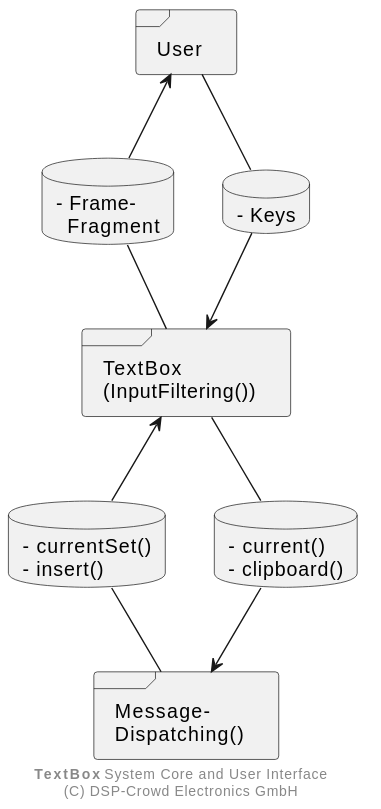
NoOrientationProgramming/ProcessingCommon keeps this PlantUML diagram as doc/system/TextBox.svg. Above is the earlier version. Source of this version:
```plantuml
@startuml
skinparam backgroundColor #ffffff

frame "Message-\nDispatching()" as pMsg
frame "TextBox\n(InputFiltering())" as pTxt
frame "User" as pUser

database "- Frame-\n  Fragment" as sTxtToUser
database "- Keys" as sUserToTxt

database "- currentSet()\n- insert()" as sCoreToTxt
database "- current()\n- clipboard()" as sTxtToCore

pUser -- sUserToTxt
sUserToTxt --> pTxt

pUser <-- sTxtToUser
sTxtToUser -- pTxt

pTxt -- sTxtToCore
sTxtToCore --> pMsg

pTxt <-- sCoreToTxt
sCoreToTxt -- pMsg

footer **TextBox** System Core and User Interface\n(C) DSP-Crowd Electronics GmbH
@enduml
```
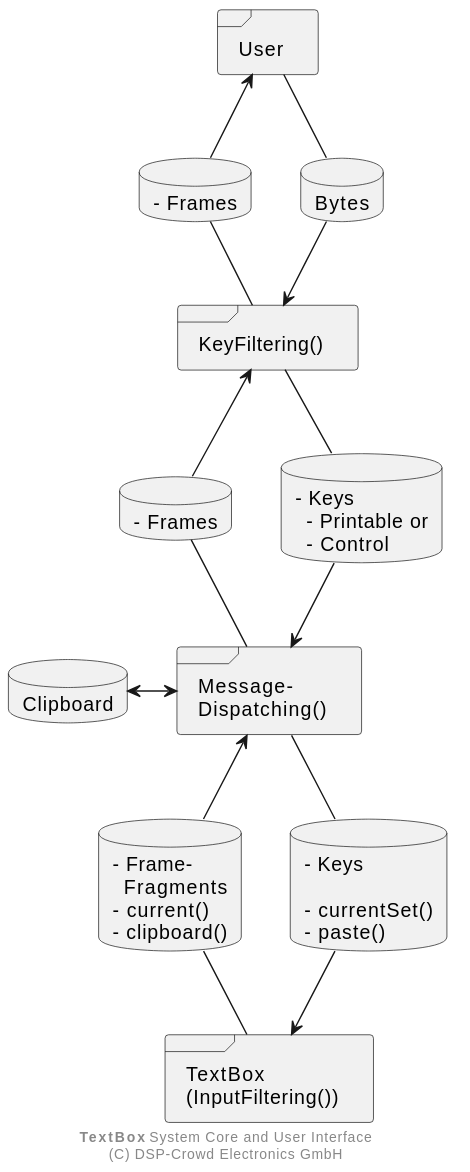
After the commit.

Diff of the diagram source:
```diff
@@ -1,27 +1,38 @@
 @startuml
 skinparam backgroundColor #ffffff
 
-frame "Message-\nDispatching()" as pMsg
+frame "User" as pUser
+frame "KeyFiltering()" as pTn
+frame "Message-\nDispatching()" as pCore
 frame "TextBox\n(InputFiltering())" as pTxt
-frame "User" as pUser
 
-database "- Frame-\n  Fragment" as sTxtToUser
-database "- Keys" as sUserToTxt
+database "- Frames" as sTnToUser
+database "Bytes" as sUserToTn
 
-database "- currentSet()\n- insert()" as sCoreToTxt
-database "- current()\n- clipboard()" as sTxtToCore
+database "- Frames" as sCoreToTn
+database "- Keys\n  - Printable or\n  - Control" as sTnToCore
 
-pUser -- sUserToTxt
-sUserToTxt --> pTxt
+database "Clipboard" as sMsgClipboard
 
-pUser <-- sTxtToUser
-sTxtToUser -- pTxt
+database "- Frame-\n  Fragments\n- current()\n- clipboard()" as sTxtToCore
+database "- Keys\n\n- currentSet()\n- paste()" as sCoreToTxt
 
-pTxt -- sTxtToCore
-sTxtToCore --> pMsg
+pUser -- sUserToTn
+sUserToTn --> pTn
+pUser <-- sTnToUser
+sTnToUser -- pTn
 
-pTxt <-- sCoreToTxt
-sCoreToTxt -- pMsg
+pTn -- sTnToCore
+sTnToCore --> pCore
+pTn <-- sCoreToTn
+sCoreToTn -- pCore
+
+sMsgClipboard <-> pCore
+
+pCore -- sCoreToTxt
+sCoreToTxt --> pTxt
+pCore <-- sTxtToCore
+sTxtToCore -- pTxt
 
 footer **TextBox** System Core and User Interface\n(C) DSP-Crowd Electronics GmbH
 @enduml
```
